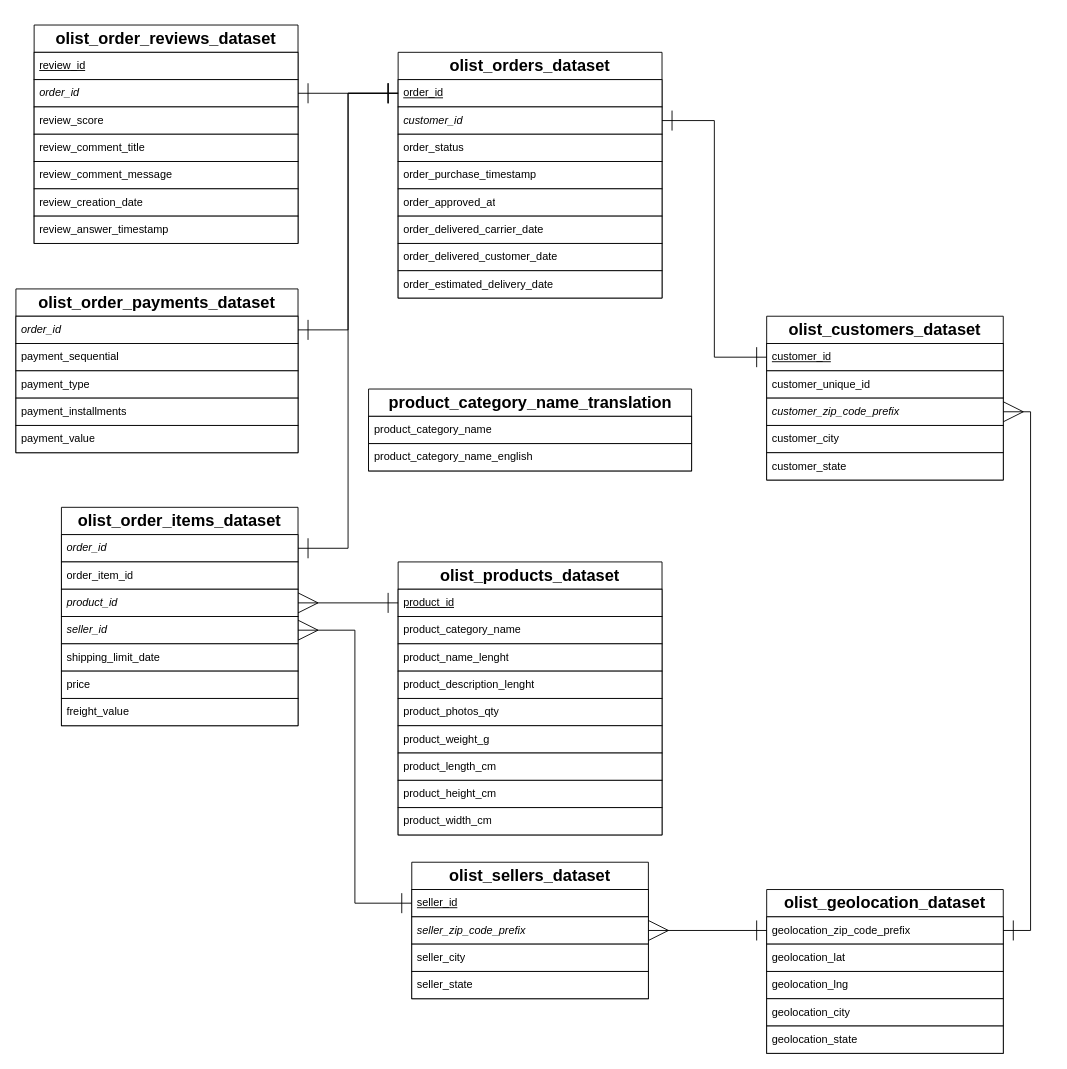
Before: Data/Brazilian_E-Commerc_Diagram.drawio in Alpudev-code/Brazilian-E-Commerce-Olist, a draw.io diagram. Source tidied: cells renumbered, new cells numbered last; positions are measured from the earlier drawing's top-left corner, leaving out a move shared by most shapes. Both pictures are drawn from the tidied source at 91%, with x=0, y=0 at pixel (15, 25).
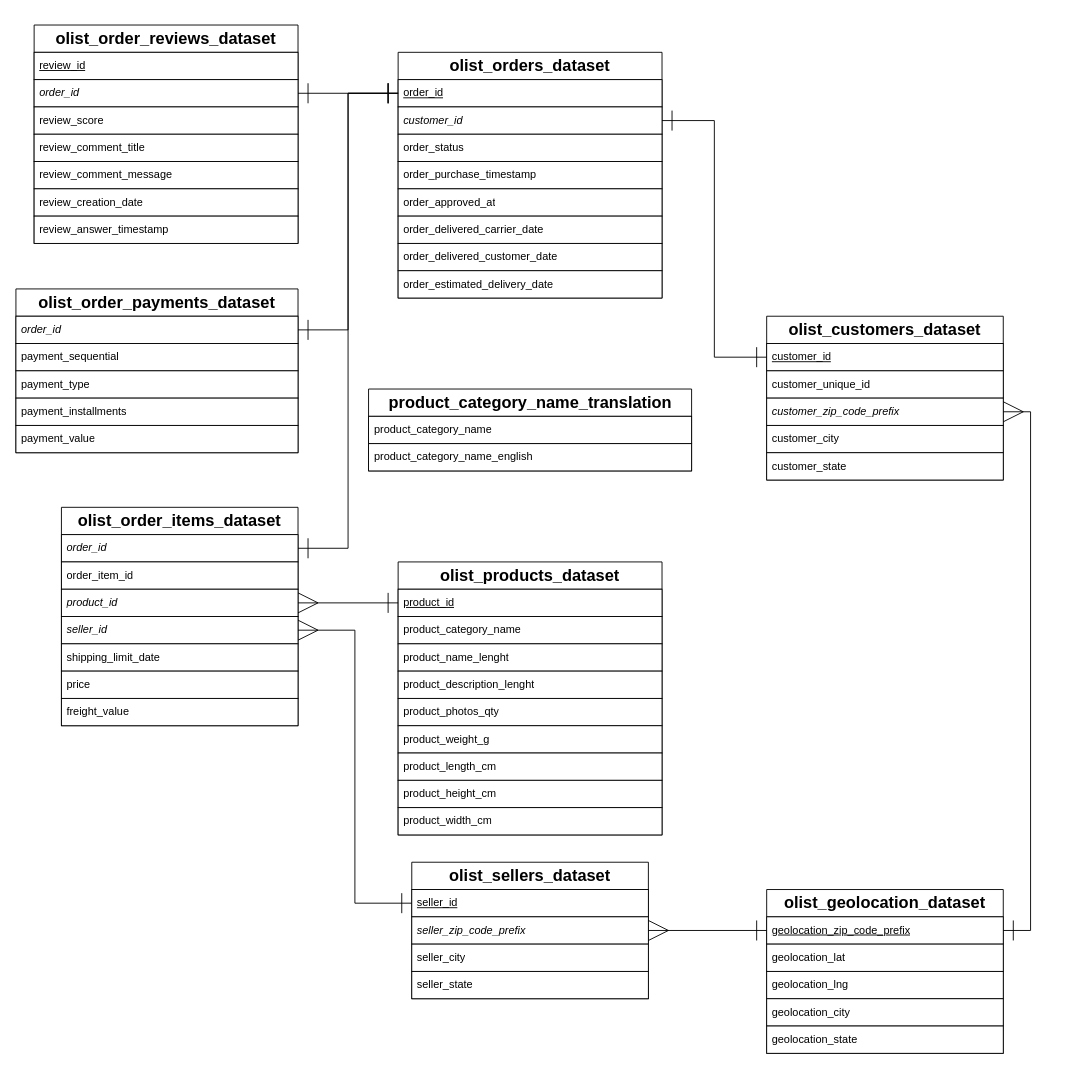
Above is the later version.

Unchanged cells that the change refers to:
```xml
<mxCell id="8" value="&lt;h2 class=&quot;sc-kvnevz sc-jTFaKV jQNTEi dNqqsR&quot;&gt;olist_geolocation_dataset&lt;/h2&gt;" style="swimlane;fontStyle=0;horizontal=1;startSize=30;whiteSpace=wrap;html=1;" parent="1" vertex="1">
  <mxGeometry x="825" y="950" width="260" height="180" as="geometry" />
</mxCell>
```

Change to the diagram source:
```diff
@@
-    <mxCell id="9" value="geolocation_zip_code_prefix" style="text;strokeColor=default;fillColor=default;align=left;verticalAlign=middle;spacingLeft=4;spacingRight=4;overflow=hidden;points=[[0,0.5],[1,0.5]];portConstraint=eastwest;whiteSpace=wrap;html=1;" parent="8" vertex="1">
+    <mxCell id="9" value="&lt;u&gt;geolocation_zip_code_prefix&lt;/u&gt;" style="text;strokeColor=default;fillColor=default;align=left;verticalAlign=middle;spacingLeft=4;spacingRight=4;overflow=hidden;points=[[0,0.5],[1,0.5]];portConstraint=eastwest;whiteSpace=wrap;html=1;" parent="8" vertex="1">
       <mxGeometry y="30" width="260" height="30" as="geometry" />
     </mxCell>
```
